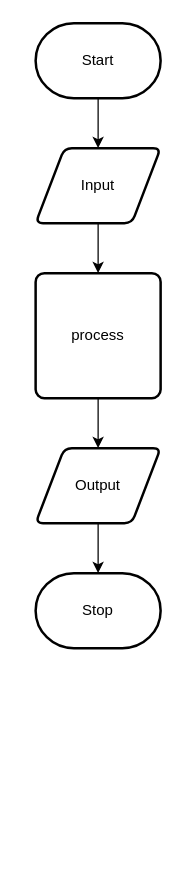
The draw.io diagram design/flow-chart.drawio in Liya-Getachew/ICS2O-Assignment-4, before the edit. Source tidied: cells renumbered, new cells numbered last; positions are measured from the earlier drawing's top-left corner, leaving out a move shared by most shapes. Both pictures are drawn from the tidied source at 125%, with x=0, y=0 at pixel (35, 22).
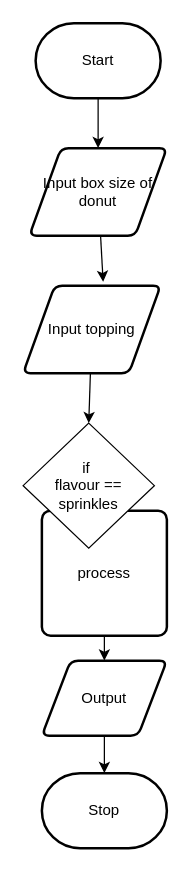
Above is the later version.

Commit message (it also covers changes not shown here):
board and chart

Change to the diagram source:
```diff
@@
 <mxGraphModel>
   <root>
     <mxCell id="0" />
     <mxCell id="1" parent="0" />
     <mxCell id="2" style="edgeStyle=none;html=1;" parent="1" edge="1" source="3" target="5">
       <mxGeometry relative="1" as="geometry" />
     </mxCell>
     <mxCell id="3" value="Start" style="strokeWidth=2;html=1;shape=mxgraph.flowchart.terminator;whiteSpace=wrap;" parent="1" vertex="1">
       <mxGeometry width="100" height="60" as="geometry" />
     </mxCell>
-    <mxCell id="4" style="edgeStyle=none;html=1;" parent="1" edge="1" source="5" target="7">
-      <mxGeometry relative="1" as="geometry" />
-    </mxCell>
+    <mxCell id="11" style="edgeStyle=none;html=1;entryX=0.582;entryY=-0.043;entryDx=0;entryDy=0;entryPerimeter=0;" parent="1" edge="1" source="5" target="13">
+      <mxGeometry relative="1" as="geometry" />
+    </mxCell>
-    <mxCell id="5" value="Input" style="shape=parallelogram;html=1;strokeWidth=2;perimeter=parallelogramPerimeter;whiteSpace=wrap;rounded=1;arcSize=12;size=0.23;" parent="1" vertex="1">
-      <mxGeometry y="100" width="100" height="60" as="geometry" />
+    <mxCell id="5" value="Input box size of donut" style="shape=parallelogram;html=1;strokeWidth=2;perimeter=parallelogramPerimeter;whiteSpace=wrap;rounded=1;arcSize=12;size=0.23;" parent="1" vertex="1">
+      <mxGeometry x="-5" y="100" width="110" height="70" as="geometry" />
     </mxCell>
     <mxCell id="6" style="edgeStyle=none;html=1;" parent="1" edge="1" source="7" target="9">
       <mxGeometry relative="1" as="geometry" />
     </mxCell>
     <mxCell id="7" value="process" style="rounded=1;whiteSpace=wrap;html=1;absoluteArcSize=1;arcSize=14;strokeWidth=2;" parent="1" vertex="1">
-      <mxGeometry y="200" width="100" height="100" as="geometry" />
+      <mxGeometry x="5" y="390" width="100" height="100" as="geometry" />
     </mxCell>
     <mxCell id="8" style="edgeStyle=none;html=1;" parent="1" edge="1" source="9" target="10">
       <mxGeometry relative="1" as="geometry" />
     </mxCell>
     <mxCell id="9" value="Output" style="shape=parallelogram;html=1;strokeWidth=2;perimeter=parallelogramPerimeter;whiteSpace=wrap;rounded=1;arcSize=12;size=0.23;" parent="1" vertex="1">
-      <mxGeometry y="340" width="100" height="60" as="geometry" />
+      <mxGeometry x="5" y="510" width="100" height="60" as="geometry" />
     </mxCell>
     <mxCell id="10" value="Stop" style="strokeWidth=2;html=1;shape=mxgraph.flowchart.terminator;whiteSpace=wrap;" parent="1" vertex="1">
-      <mxGeometry y="440" width="100" height="60" as="geometry" />
+      <mxGeometry x="5" y="600" width="100" height="60" as="geometry" />
     </mxCell>
+    <mxCell id="12" style="edgeStyle=none;html=1;entryX=0.5;entryY=0;entryDx=0;entryDy=0;" parent="1" edge="1" source="13" target="14">
+      <mxGeometry relative="1" as="geometry" />
+    </mxCell>
+    <mxCell id="13" value="Input topping" style="shape=parallelogram;html=1;strokeWidth=2;perimeter=parallelogramPerimeter;whiteSpace=wrap;rounded=1;arcSize=12;size=0.23;" parent="1" vertex="1">
+      <mxGeometry x="-10" y="210" width="110" height="70" as="geometry" />
+    </mxCell>
+    <mxCell id="14" value="if&amp;nbsp;&lt;br&gt;flavour == sprinkles" style="rhombus;whiteSpace=wrap;html=1;" parent="1" vertex="1">
+      <mxGeometry x="-10" y="320" width="105" height="100" as="geometry" />
+    </mxCell>
   </root>
 </mxGraphModel>
```
